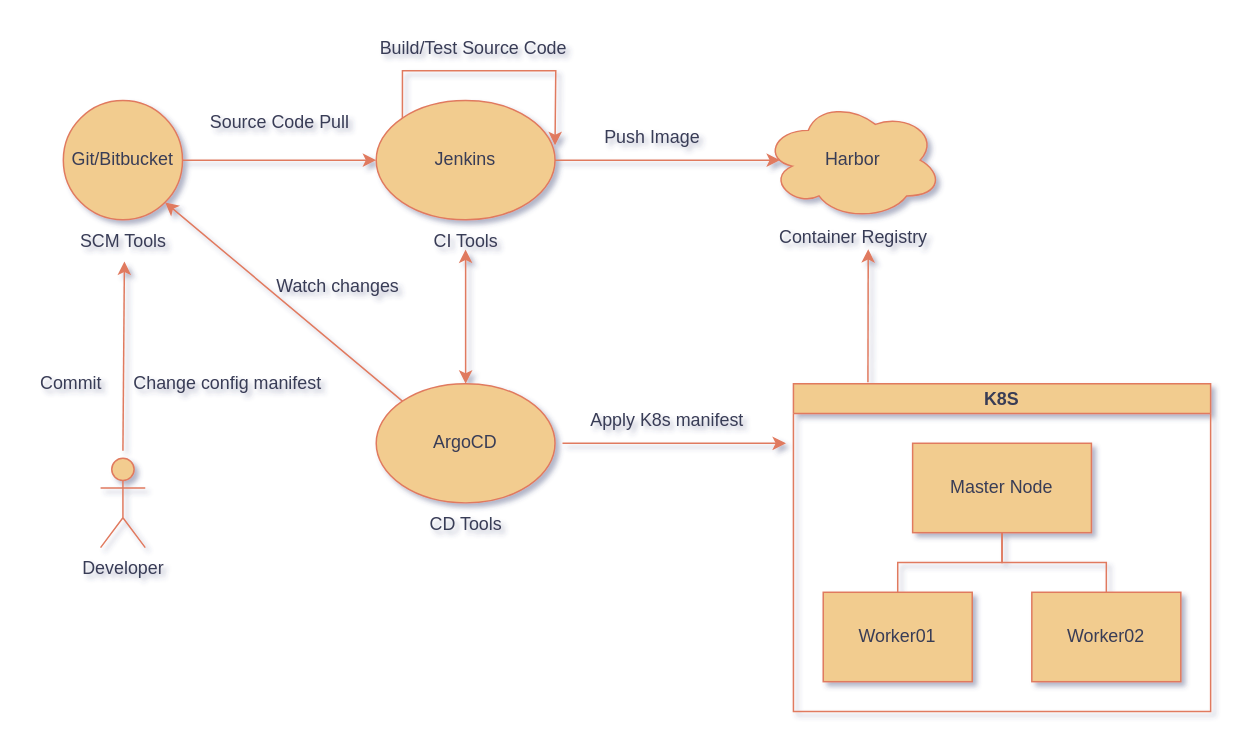
The draw.io diagram Untitled Diagram.drawio in vqmanh/DevOps, before the edit. Source tidied: cells renumbered, new cells numbered last; positions are measured from the earlier drawing's top-left corner, leaving out a move shared by most shapes. Both pictures are drawn from the tidied source at 149%, with x=0, y=0 at pixel (25, 25).
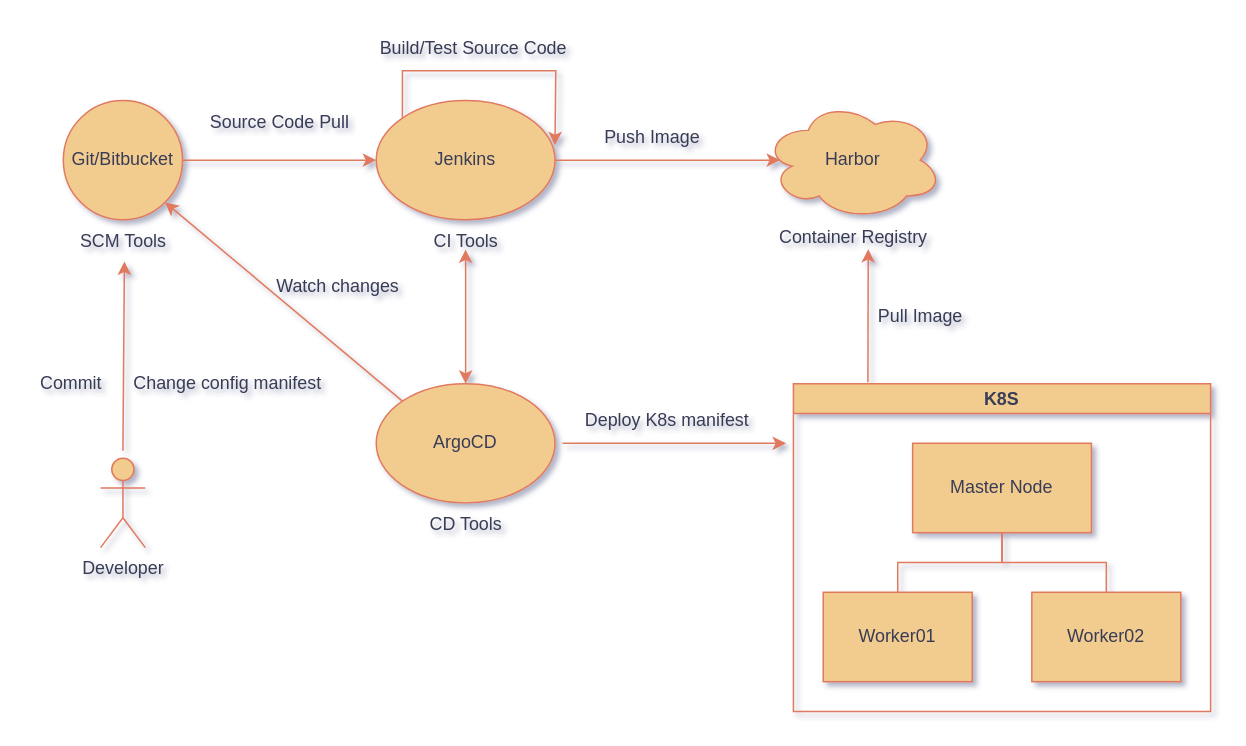
The same diagram, later.

What changed in the source:
```diff
@@
-<mxGraphModel shadow="1">
+<mxGraphModel background="#ffffff" shadow="1">
@@
-    <mxCell id="30" value="Apply K8s manifest" style="text;html=1;align=center;verticalAlign=middle;strokeColor=none;fillColor=none;fontColor=#393C56;labelBackgroundColor=none;" parent="1" vertex="1">
+    <mxCell id="30" value="Deploy K8s manifest" style="text;html=1;align=center;verticalAlign=middle;strokeColor=none;fillColor=none;fontColor=#393C56;labelBackgroundColor=none;" parent="1" vertex="1">
       <mxGeometry x="365" y="250" width="130" height="30" as="geometry" />
     </mxCell>
@@
+    <mxCell id="32" value="Pull Image" style="text;html=1;align=center;verticalAlign=middle;strokeColor=none;fillColor=none;fontColor=#393C56;" parent="1" vertex="1">
+      <mxGeometry x="560" y="180" width="80" height="30" as="geometry" />
+    </mxCell>
```
